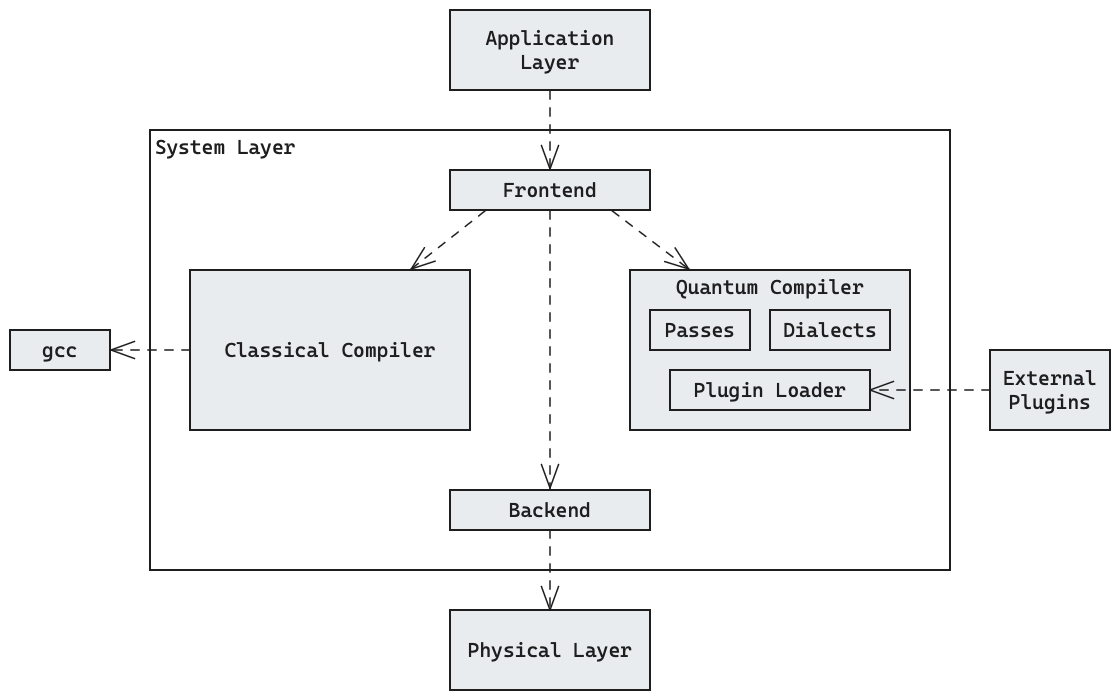
The Excalidraw diagram docs/images/Building-Blocks-L2-System-Layer.excalidraw.png in FullStaQD/architecture, before a commit. Source tidied: one line per element, renumbered; positions are measured from the earlier drawing's top-left corner, leaving out a move shared by most shapes.
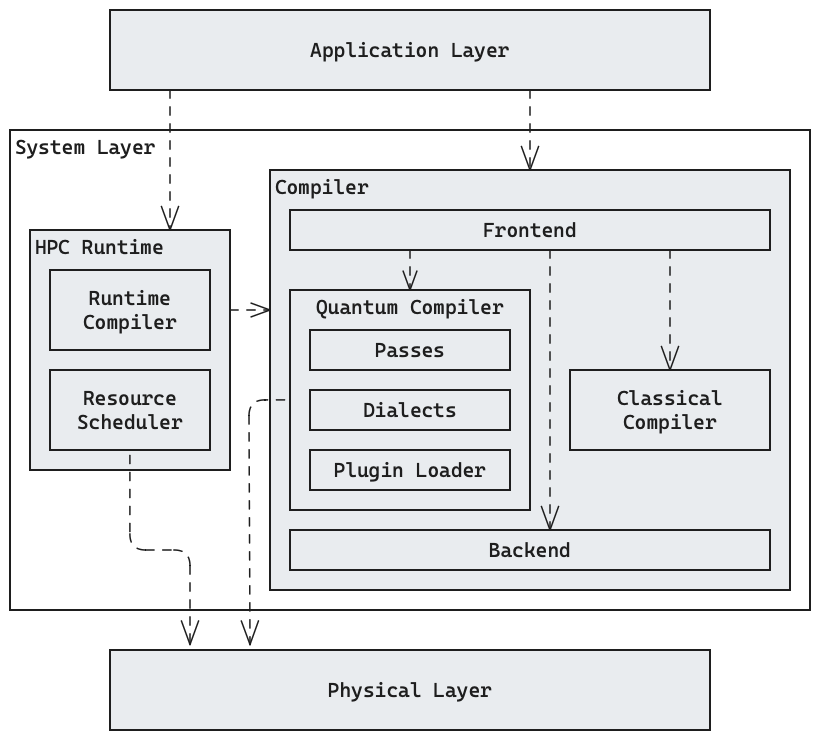
Later version of the same file.

Commit message:
docs(building-blocks): update system layer, describe interfaces

Change to the diagram source:
```diff
@@ -1,31 +1,36 @@
-{"id": 0, "type": "rectangle", "strokeColor": "#1e1e1e", "backgroundColor": "#ffffff", "fillStyle": "solid", "strokeWidth": 1, "roughness": 0, "x": 140, "y": 120, "width": 800, "height": 440}
+{"id": 0, "type": "rectangle", "strokeColor": "#1e1e1e", "backgroundColor": "#ffffff", "fillStyle": "solid", "strokeWidth": 1, "roughness": 0, "x": 140, "y": 120, "width": 800, "height": 480}
 {"id": 1, "type": "text", "text": "System Layer", "strokeColor": "#1e1e1e", "strokeWidth": 1, "roughness": 0, "fontSize": 20, "fontFamily": 3, "inside": 0, "x": 145, "y": 125, "width": 141, "height": 24}
+{"id": 31, "type": "rectangle", "strokeColor": "#1e1e1e", "backgroundColor": "#e9ecef", "fillStyle": "solid", "strokeWidth": 1, "roughness": 0, "x": 400, "y": 160, "width": 520, "height": 420}
+{"id": 32, "type": "text", "text": "Compiler", "strokeColor": "#1e1e1e", "backgroundColor": "#ffffff", "fillStyle": "solid", "strokeWidth": 1, "roughness": 0, "fontSize": 20, "fontFamily": 3, "inside": 31, "x": 405, "y": 165, "width": 94, "height": 24}
-{"id": 2, "type": "rectangle", "strokeColor": "#1e1e1e", "backgroundColor": "#e9ecef", "fillStyle": "solid", "strokeWidth": 1, "roughness": 0, "x": 440, "y": 160, "width": 200, "height": 40}
+{"id": 2, "type": "rectangle", "strokeColor": "#1e1e1e", "backgroundColor": "#e9ecef", "fillStyle": "solid", "strokeWidth": 1, "roughness": 0, "x": 420, "y": 200, "width": 480, "height": 40}
-{"id": 3, "type": "text", "text": "Frontend", "strokeColor": "#1e1e1e", "backgroundColor": "#ffffff", "fillStyle": "solid", "strokeWidth": 1, "roughness": 0, "fontSize": 20, "fontFamily": 3, "textAlign": "center", "verticalAlign": "middle", "inside": 2, "x": 493, "y": 168, "width": 94, "height": 24}
+{"id": 3, "type": "text", "text": "Frontend", "strokeColor": "#1e1e1e", "backgroundColor": "#ffffff", "fillStyle": "solid", "strokeWidth": 1, "roughness": 0, "fontSize": 20, "fontFamily": 3, "textAlign": "center", "verticalAlign": "middle", "inside": 2, "x": 613, "y": 208, "width": 94, "height": 24}
-{"id": 4, "type": "rectangle", "strokeColor": "#1e1e1e", "backgroundColor": "#e9ecef", "fillStyle": "solid", "strokeWidth": 1, "roughness": 0, "x": 620, "y": 260, "width": 280, "height": 160}
+{"id": 4, "type": "rectangle", "strokeColor": "#1e1e1e", "backgroundColor": "#e9ecef", "fillStyle": "solid", "strokeWidth": 1, "roughness": 0, "x": 420, "y": 280, "width": 240, "height": 220}
-{"id": 5, "type": "text", "text": "Quantum Compiler", "strokeColor": "#1e1e1e", "backgroundColor": "#ffffff", "fillStyle": "solid", "strokeWidth": 1, "roughness": 0, "fontSize": 20, "fontFamily": 3, "textAlign": "center", "inside": 4, "x": 666, "y": 265, "width": 188, "height": 24}
+{"id": 5, "type": "text", "text": "Quantum Compiler", "strokeColor": "#1e1e1e", "backgroundColor": "#ffffff", "fillStyle": "solid", "strokeWidth": 1, "roughness": 0, "fontSize": 20, "fontFamily": 3, "textAlign": "center", "inside": 4, "x": 446, "y": 285, "width": 188, "height": 24}
-{"id": 6, "type": "rectangle", "strokeColor": "#1e1e1e", "backgroundColor": "#e9ecef", "fillStyle": "solid", "strokeWidth": 1, "roughness": 0, "x": 180, "y": 260, "width": 280, "height": 160}
+{"id": 6, "type": "rectangle", "strokeColor": "#1e1e1e", "backgroundColor": "#e9ecef", "fillStyle": "solid", "strokeWidth": 1, "roughness": 0, "x": 700, "y": 360, "width": 200, "height": 80}
-{"id": 7, "type": "text", "text": "Classical Compiler", "strokeColor": "#1e1e1e", "backgroundColor": "#ffffff", "fillStyle": "solid", "strokeWidth": 1, "roughness": 0, "fontSize": 20, "fontFamily": 3, "textAlign": "center", "verticalAlign": "middle", "inside": 6, "x": 215, "y": 328, "width": 211, "height": 24}
+{"id": 7, "type": "text", "text": "Classical\nCompiler", "strokeColor": "#1e1e1e", "backgroundColor": "#ffffff", "fillStyle": "solid", "strokeWidth": 1, "roughness": 0, "fontSize": 20, "fontFamily": 3, "textAlign": "center", "verticalAlign": "middle", "inside": 6, "x": 747, "y": 376, "width": 105, "height": 48}
-{"id": 8, "type": "rectangle", "strokeColor": "#1e1e1e", "backgroundColor": "#e9ecef", "fillStyle": "solid", "strokeWidth": 1, "roughness": 0, "x": 440, "y": 0, "width": 200, "height": 80}
+{"id": 8, "type": "rectangle", "strokeColor": "#1e1e1e", "backgroundColor": "#e9ecef", "fillStyle": "solid", "strokeWidth": 1, "roughness": 0, "x": 240, "y": 0, "width": 600, "height": 80}
-{"id": 9, "type": "text", "text": "Application\nLayer", "strokeColor": "#1e1e1e", "backgroundColor": "#ffffff", "fillStyle": "solid", "strokeWidth": 1, "roughness": 0, "fontSize": 20, "fontFamily": 3, "textAlign": "center", "verticalAlign": "middle", "inside": 8, "x": 476, "y": 16, "width": 129, "height": 48}
+{"id": 9, "type": "text", "text": "Application Layer", "strokeColor": "#1e1e1e", "backgroundColor": "#ffffff", "fillStyle": "solid", "strokeWidth": 1, "roughness": 0, "fontSize": 20, "fontFamily": 3, "textAlign": "center", "verticalAlign": "middle", "inside": 8, "x": 440, "y": 28, "width": 199, "height": 24}
-{"id": 10, "type": "rectangle", "strokeColor": "#1e1e1e", "backgroundColor": "#e9ecef", "fillStyle": "solid", "strokeWidth": 1, "roughness": 0, "x": 440, "y": 600, "width": 200, "height": 80}
+{"id": 10, "type": "rectangle", "strokeColor": "#1e1e1e", "backgroundColor": "#e9ecef", "fillStyle": "solid", "strokeWidth": 1, "roughness": 0, "x": 240, "y": 640, "width": 600, "height": 80}
-{"id": 11, "type": "text", "text": "Physical Layer", "strokeColor": "#1e1e1e", "backgroundColor": "#ffffff", "fillStyle": "solid", "strokeWidth": 1, "roughness": 0, "fontSize": 20, "fontFamily": 3, "textAlign": "center", "verticalAlign": "middle", "inside": 10, "x": 458, "y": 628, "width": 164, "height": 24}
+{"id": 11, "type": "text", "text": "Physical Layer", "strokeColor": "#1e1e1e", "backgroundColor": "#ffffff", "fillStyle": "solid", "strokeWidth": 1, "roughness": 0, "fontSize": 20, "fontFamily": 3, "textAlign": "center", "verticalAlign": "middle", "inside": 10, "x": 458, "y": 668, "width": 164, "height": 24}
-{"id": 12, "type": "rectangle", "strokeColor": "#1e1e1e", "backgroundColor": "#e9ecef", "fillStyle": "solid", "strokeWidth": 1, "roughness": 0, "x": 0, "y": 320, "width": 100, "height": 40}
-{"id": 13, "type": "text", "text": "gcc", "strokeColor": "#1e1e1e", "backgroundColor": "#ffffff", "fillStyle": "solid", "strokeWidth": 1, "roughness": 0, "fontSize": 20, "fontFamily": 3, "textAlign": "center", "verticalAlign": "middle", "inside": 12, "x": 32, "y": 328, "width": 35, "height": 24}
-{"id": 14, "type": "rectangle", "strokeColor": "#1e1e1e", "backgroundColor": "#e9ecef", "fillStyle": "solid", "strokeWidth": 1, "roughness": 0, "x": 980, "y": 340, "width": 120, "height": 80}
-{"id": 15, "type": "text", "text": "External\nPlugins", "strokeColor": "#1e1e1e", "backgroundColor": "#ffffff", "fillStyle": "solid", "strokeWidth": 1, "roughness": 0, "fontSize": 20, "fontFamily": 3, "textAlign": "center", "verticalAlign": "middle", "inside": 14, "x": 993, "y": 356, "width": 94, "height": 48}
-{"id": 16, "type": "rectangle", "strokeColor": "#1e1e1e", "backgroundColor": "#e9ecef", "fillStyle": "solid", "strokeWidth": 1, "roughness": 0, "x": 640, "y": 300, "width": 100, "height": 40}
+{"id": 16, "type": "rectangle", "strokeColor": "#1e1e1e", "backgroundColor": "#e9ecef", "fillStyle": "solid", "strokeWidth": 1, "roughness": 0, "x": 440, "y": 320, "width": 200, "height": 40}
-{"id": 17, "type": "text", "text": "Passes", "strokeColor": "#1e1e1e", "backgroundColor": "#ffffff", "fillStyle": "solid", "strokeWidth": 1, "roughness": 0, "fontSize": 20, "fontFamily": 3, "textAlign": "center", "verticalAlign": "middle", "inside": 16, "x": 655, "y": 308, "width": 70, "height": 24}
+{"id": 17, "type": "text", "text": "Passes", "strokeColor": "#1e1e1e", "backgroundColor": "#ffffff", "fillStyle": "solid", "strokeWidth": 1, "roughness": 0, "fontSize": 20, "fontFamily": 3, "textAlign": "center", "verticalAlign": "middle", "inside": 16, "x": 505, "y": 328, "width": 70, "height": 24}
-{"id": 18, "type": "rectangle", "strokeColor": "#1e1e1e", "backgroundColor": "#e9ecef", "fillStyle": "solid", "strokeWidth": 1, "roughness": 0, "x": 660, "y": 360, "width": 200, "height": 40}
+{"id": 18, "type": "rectangle", "strokeColor": "#1e1e1e", "backgroundColor": "#e9ecef", "fillStyle": "solid", "strokeWidth": 1, "roughness": 0, "x": 440, "y": 440, "width": 200, "height": 40}
-{"id": 19, "type": "text", "text": "Plugin Loader", "strokeColor": "#1e1e1e", "backgroundColor": "#ffffff", "fillStyle": "solid", "strokeWidth": 1, "roughness": 0, "fontSize": 20, "fontFamily": 3, "textAlign": "center", "verticalAlign": "middle", "inside": 18, "x": 684, "y": 368, "width": 152, "height": 24}
+{"id": 19, "type": "text", "text": "Plugin Loader", "strokeColor": "#1e1e1e", "backgroundColor": "#ffffff", "fillStyle": "solid", "strokeWidth": 1, "roughness": 0, "fontSize": 20, "fontFamily": 3, "textAlign": "center", "verticalAlign": "middle", "inside": 18, "x": 464, "y": 448, "width": 152, "height": 24}
-{"id": 20, "type": "rectangle", "strokeColor": "#1e1e1e", "backgroundColor": "#e9ecef", "fillStyle": "solid", "strokeWidth": 1, "roughness": 0, "x": 760, "y": 300, "width": 120, "height": 40}
+{"id": 20, "type": "rectangle", "strokeColor": "#1e1e1e", "backgroundColor": "#e9ecef", "fillStyle": "solid", "strokeWidth": 1, "roughness": 0, "x": 440, "y": 380, "width": 200, "height": 40}
-{"id": 21, "type": "text", "text": "Dialects", "strokeColor": "#1e1e1e", "backgroundColor": "#ffffff", "fillStyle": "solid", "strokeWidth": 1, "roughness": 0, "fontSize": 20, "fontFamily": 3, "textAlign": "center", "verticalAlign": "middle", "inside": 20, "x": 773, "y": 308, "width": 94, "height": 24}
+{"id": 21, "type": "text", "text": "Dialects", "strokeColor": "#1e1e1e", "backgroundColor": "#ffffff", "fillStyle": "solid", "strokeWidth": 1, "roughness": 0, "fontSize": 20, "fontFamily": 3, "textAlign": "center", "verticalAlign": "middle", "inside": 20, "x": 493, "y": 388, "width": 94, "height": 24}
-{"id": 22, "type": "rectangle", "strokeColor": "#1e1e1e", "backgroundColor": "#e9ecef", "fillStyle": "solid", "strokeWidth": 1, "roughness": 0, "x": 440, "y": 480, "width": 200, "height": 40}
+{"id": 22, "type": "rectangle", "strokeColor": "#1e1e1e", "backgroundColor": "#e9ecef", "fillStyle": "solid", "strokeWidth": 1, "roughness": 0, "x": 420, "y": 520, "width": 480, "height": 40}
-{"id": 23, "type": "text", "text": "Backend", "strokeColor": "#1e1e1e", "backgroundColor": "#ffffff", "fillStyle": "solid", "strokeWidth": 1, "roughness": 0, "fontSize": 20, "fontFamily": 3, "textAlign": "center", "verticalAlign": "middle", "inside": 22, "x": 499, "y": 488, "width": 82, "height": 24}
+{"id": 23, "type": "text", "text": "Backend", "strokeColor": "#1e1e1e", "backgroundColor": "#ffffff", "fillStyle": "solid", "strokeWidth": 1, "roughness": 0, "fontSize": 20, "fontFamily": 3, "textAlign": "center", "verticalAlign": "middle", "inside": 22, "x": 619, "y": 528, "width": 82, "height": 24}
-{"id": 24, "type": "arrow", "strokeColor": "#1e1e1e", "backgroundColor": "#e9ecef", "fillStyle": "solid", "strokeWidth": 1, "strokeStyle": "dashed", "roughness": 0, "endArrowhead": "arrow", "round": true, "from": 2, "to": 4, "x": 602, "y": 201, "width": 76, "height": 58, "points": [[0, 0], [76, 58]]}
-{"id": 25, "type": "arrow", "strokeColor": "#1e1e1e", "backgroundColor": "#e9ecef", "fillStyle": "solid", "strokeWidth": 1, "strokeStyle": "dashed", "roughness": 0, "endArrowhead": "arrow", "round": true, "from": 2, "to": 6, "x": 475, "y": 201, "width": 74, "height": 58, "points": [[0, 0], [-74, 58]]}
-{"id": 26, "type": "arrow", "strokeColor": "#1e1e1e", "backgroundColor": "#e9ecef", "fillStyle": "solid", "strokeWidth": 1, "strokeStyle": "dashed", "roughness": 0, "endArrowhead": "arrow", "round": true, "from": 2, "to": 22, "x": 540, "y": 201, "width": 0, "height": 277, "points": [[0, 0], [0, 277]]}
-{"id": 27, "type": "arrow", "strokeColor": "#1e1e1e", "backgroundColor": "#e9ecef", "fillStyle": "solid", "strokeWidth": 1, "strokeStyle": "dashed", "roughness": 0, "endArrowhead": "arrow", "round": true, "from": 22, "to": 10, "x": 540, "y": 520, "width": 0, "height": 80, "points": [[0, 0], [0, 80]]}
-{"id": 28, "type": "arrow", "strokeColor": "#1e1e1e", "backgroundColor": "#e9ecef", "fillStyle": "solid", "strokeWidth": 1, "strokeStyle": "dashed", "roughness": 0, "endArrowhead": "arrow", "round": true, "from": 8, "to": 2, "x": 540, "y": 81, "width": 0, "height": 78, "points": [[0, 0], [0, 78]]}
-{"id": 29, "type": "arrow", "strokeColor": "#1e1e1e", "backgroundColor": "#e9ecef", "fillStyle": "solid", "strokeWidth": 1, "strokeStyle": "dashed", "roughness": 0, "endArrowhead": "arrow", "round": true, "from": 14, "to": 18, "x": 980, "y": 380, "width": 120, "height": 0, "points": [[0, 0], [-120, 0]]}
-{"id": 30, "type": "arrow", "strokeColor": "#1e1e1e", "backgroundColor": "#e9ecef", "fillStyle": "solid", "strokeWidth": 1, "strokeStyle": "dashed", "roughness": 0, "endArrowhead": "arrow", "round": true, "from": 6, "to": 12, "x": 180, "y": 340, "width": 79, "height": 0, "points": [[0, 0], [-79, 0]]}
+{"id": 33, "type": "arrow", "strokeColor": "#1e1e1e", "backgroundColor": "#e9ecef", "fillStyle": "solid", "strokeWidth": 1, "strokeStyle": "dashed", "roughness": 0, "endArrowhead": "arrow", "x": 540, "y": 240, "width": 0, "height": 40, "points": [[0, 0], [0, 40]]}
+{"id": 34, "type": "arrow", "strokeColor": "#1e1e1e", "backgroundColor": "#e9ecef", "fillStyle": "solid", "strokeWidth": 1, "strokeStyle": "dashed", "roughness": 0, "endArrowhead": "arrow", "x": 800, "y": 240, "width": 0, "height": 120, "points": [[0, 0], [0, 120]]}
+{"id": 35, "type": "rectangle", "strokeColor": "#1e1e1e", "backgroundColor": "#e9ecef", "fillStyle": "solid", "strokeWidth": 1, "roughness": 0, "x": 160, "y": 220, "width": 200, "height": 240}
+{"id": 36, "type": "text", "text": "HPC Runtime", "strokeColor": "#1e1e1e", "backgroundColor": "#ffffff", "fillStyle": "solid", "strokeWidth": 1, "roughness": 0, "fontSize": 20, "fontFamily": 3, "inside": 35, "x": 165, "y": 225, "width": 129, "height": 24}
+{"id": 37, "type": "arrow", "strokeColor": "#1e1e1e", "backgroundColor": "#e9ecef", "fillStyle": "solid", "strokeWidth": 1, "strokeStyle": "dashed", "roughness": 0, "endArrowhead": "arrow", "x": 660, "y": 80, "width": 0, "height": 80, "points": [[0, 0], [0, 80]]}
+{"id": 38, "type": "rectangle", "strokeColor": "#1e1e1e", "backgroundColor": "#e9ecef", "fillStyle": "solid", "strokeWidth": 1, "roughness": 0, "x": 180, "y": 260, "width": 160, "height": 80}
+{"id": 39, "type": "text", "text": "Runtime\nCompiler", "strokeColor": "#1e1e1e", "backgroundColor": "#ffffff", "fillStyle": "solid", "strokeWidth": 1, "roughness": 0, "fontSize": 20, "fontFamily": 3, "textAlign": "center", "verticalAlign": "middle", "inside": 38, "x": 213, "y": 276, "width": 94, "height": 48}
+{"id": 40, "type": "arrow", "strokeColor": "#1e1e1e", "backgroundColor": "#e9ecef", "fillStyle": "solid", "strokeWidth": 1, "strokeStyle": "dashed", "roughness": 0, "endArrowhead": "arrow", "x": 360, "y": 300, "width": 40, "height": 0, "points": [[0, 0], [40, 0]]}
+{"id": 41, "type": "rectangle", "strokeColor": "#1e1e1e", "backgroundColor": "#e9ecef", "fillStyle": "solid", "strokeWidth": 1, "roughness": 0, "x": 180, "y": 360, "width": 160, "height": 80}
+{"id": 42, "type": "text", "text": "Resource\nScheduler", "strokeColor": "#1e1e1e", "backgroundColor": "#ffffff", "fillStyle": "solid", "strokeWidth": 1, "roughness": 0, "fontSize": 20, "fontFamily": 3, "textAlign": "center", "verticalAlign": "middle", "inside": 41, "x": 207, "y": 376, "width": 105, "height": 48}
+{"id": 43, "type": "arrow", "strokeColor": "#1e1e1e", "backgroundColor": "#e9ecef", "fillStyle": "solid", "strokeWidth": 1, "strokeStyle": "dashed", "roughness": 0, "endArrowhead": "arrow", "x": 300, "y": 80, "width": 0, "height": 140, "points": [[0, 0], [0, 140]]}
+{"id": 44, "type": "arrow", "strokeColor": "#1e1e1e", "backgroundColor": "#e9ecef", "fillStyle": "solid", "strokeWidth": 1, "strokeStyle": "dashed", "roughness": 0, "endArrowhead": "arrow", "x": 680, "y": 240, "width": 0, "height": 280, "points": [[0, 0], [0, 280]]}
+{"id": 45, "type": "arrow", "strokeColor": "#1e1e1e", "backgroundColor": "#e9ecef", "fillStyle": "solid", "strokeWidth": 1, "strokeStyle": "dashed", "roughness": 0, "endArrowhead": "arrow", "from": 4, "to": 10, "x": 414, "y": 390, "width": 35, "height": 245, "points": [[0, 0], [-35, 0], [-34, 245]]}
+{"id": 46, "type": "arrow", "strokeColor": "#1e1e1e", "backgroundColor": "#e9ecef", "fillStyle": "solid", "strokeWidth": 1, "strokeStyle": "dashed", "roughness": 0, "endArrowhead": "arrow", "from": 41, "to": 10, "x": 260, "y": 445, "width": 60, "height": 189, "points": [[0, 0], [0, 95], [60, 95], [60, 189]]}
```
